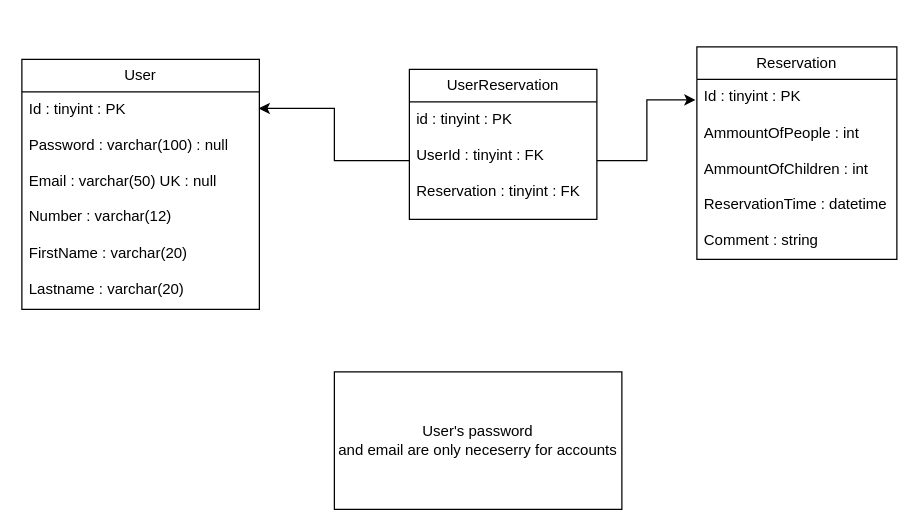
The draw.io diagram app/db/User-Reservations-DB.drawio in ThePope05/Rocambolesque, before the edit. Source tidied: cells renumbered, new cells numbered last; positions are measured from the earlier drawing's top-left corner, leaving out a move shared by most shapes. Both pictures are drawn from the tidied source at 125%, with x=0, y=0 at pixel (21, 46).
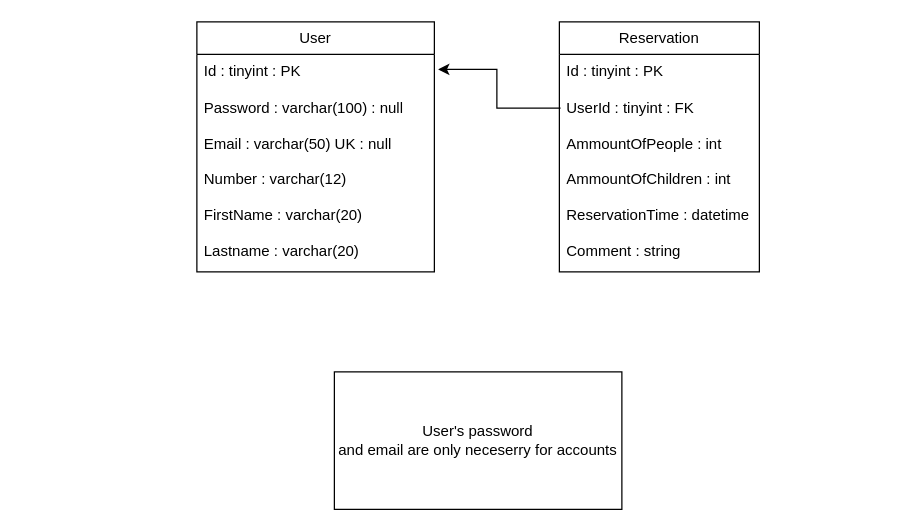
Above is the later version.

The edit, as a diff of the source:
```diff
@@
 <mxGraphModel>
   <root>
     <mxCell id="0" />
     <mxCell id="1" parent="0" />
     <mxCell id="2" value="User" style="swimlane;fontStyle=0;horizontal=1;startSize=26;fillColor=none;whiteSpace=wrap;html=1;" parent="1" vertex="1">
-      <mxGeometry y="10" width="190" height="200" as="geometry" />
+      <mxGeometry x="140" y="-20" width="190" height="200" as="geometry" />
     </mxCell>
     <mxCell id="3" value="Id : tinyint : PK&lt;br&gt;&lt;br&gt;Password : varchar(100) : null&lt;br&gt;&lt;br&gt;Email : varchar(50) UK : null&lt;br&gt;&lt;br&gt;Number : varchar(12)&lt;br&gt;&lt;br&gt;FirstName : varchar(20)&lt;br&gt;&lt;br&gt;Lastname : varchar(20)" style="text;strokeColor=none;fillColor=none;align=left;verticalAlign=top;spacingLeft=4;spacingRight=4;overflow=hidden;points=[[0,0.5],[1,0.5]];portConstraint=eastwest;whiteSpace=wrap;html=1;" parent="2" vertex="1">
       <mxGeometry y="26" width="190" height="174" as="geometry" />
     </mxCell>
     <mxCell id="4" value="Reservation" style="swimlane;fontStyle=0;horizontal=1;startSize=26;fillColor=none;whiteSpace=wrap;html=1;" parent="1" vertex="1">
-      <mxGeometry x="540" width="160" height="170" as="geometry" />
+      <mxGeometry x="430" y="-20" width="160" height="200" as="geometry" />
     </mxCell>
-    <mxCell id="5" value="Id : tinyint : PK&lt;br style=&quot;border-color: var(--border-color);&quot;&gt;&lt;br&gt;AmmountOfPeople : int&lt;br&gt;&lt;br&gt;AmmountOfChildren : int&lt;br&gt;&lt;br style=&quot;border-color: var(--border-color);&quot;&gt;ReservationTime : datetime&lt;br style=&quot;border-color: var(--border-color);&quot;&gt;&lt;br style=&quot;border-color: var(--border-color);&quot;&gt;Comment : string" style="text;strokeColor=none;fillColor=none;align=left;verticalAlign=top;spacingLeft=4;spacingRight=4;overflow=hidden;points=[[0,0.5],[1,0.5]];portConstraint=eastwest;whiteSpace=wrap;html=1;" parent="4" vertex="1">
-      <mxGeometry y="26" width="160" height="144" as="geometry" />
+    <mxCell id="5" value="Id : tinyint : PK&lt;br style=&quot;border-color: var(--border-color);&quot;&gt;&lt;br&gt;UserId : tinyint : FK&lt;br&gt;&lt;br&gt;AmmountOfPeople : int&lt;br&gt;&lt;br&gt;AmmountOfChildren : int&lt;br&gt;&lt;br style=&quot;border-color: var(--border-color);&quot;&gt;ReservationTime : datetime&lt;br style=&quot;border-color: var(--border-color);&quot;&gt;&lt;br style=&quot;border-color: var(--border-color);&quot;&gt;Comment : string" style="text;strokeColor=none;fillColor=none;align=left;verticalAlign=top;spacingLeft=4;spacingRight=4;overflow=hidden;points=[[0,0.5],[1,0.5]];portConstraint=eastwest;whiteSpace=wrap;html=1;" parent="4" vertex="1">
+      <mxGeometry y="26" width="160" height="174" as="geometry" />
     </mxCell>
-    <mxCell id="6" value="UserReservation" style="swimlane;fontStyle=0;horizontal=1;startSize=26;fillColor=none;whiteSpace=wrap;html=1;" parent="1" vertex="1">
-      <mxGeometry x="310" y="18" width="150" height="120" as="geometry" />
-    </mxCell>
-    <mxCell id="7" value="id : tinyint : PK&lt;br&gt;&lt;br&gt;UserId : tinyint : FK&lt;br&gt;&lt;br&gt;Reservation : tinyint : FK" style="text;strokeColor=none;fillColor=none;align=left;verticalAlign=top;spacingLeft=4;spacingRight=4;overflow=hidden;points=[[0,0.5],[1,0.5]];portConstraint=eastwest;whiteSpace=wrap;html=1;" parent="6" vertex="1">
-      <mxGeometry y="26" width="150" height="94" as="geometry" />
-    </mxCell>
-    <mxCell id="8" style="edgeStyle=orthogonalEdgeStyle;rounded=0;jettySize=auto;html=1;entryX=0.997;entryY=0.076;entryDx=0;entryDy=0;entryPerimeter=0;" parent="1" edge="1" source="7" target="3">
-      <mxGeometry relative="1" as="geometry" />
-    </mxCell>
-    <mxCell id="9" style="edgeStyle=orthogonalEdgeStyle;rounded=0;jettySize=auto;html=1;entryX=-0.007;entryY=0.114;entryDx=0;entryDy=0;entryPerimeter=0;" parent="1" edge="1" source="7" target="5">
-      <mxGeometry relative="1" as="geometry" />
-    </mxCell>
     <mxCell id="10" value="User's password&lt;br&gt;and email are only neceserry for accounts" style="whiteSpace=wrap;html=1;" parent="1" vertex="1">
       <mxGeometry x="250" y="260" width="230" height="110" as="geometry" />
     </mxCell>
+    <mxCell id="11" style="edgeStyle=orthogonalEdgeStyle;rounded=0;jettySize=auto;html=1;entryX=1.016;entryY=0.069;entryDx=0;entryDy=0;entryPerimeter=0;exitX=0.006;exitY=0.247;exitDx=0;exitDy=0;exitPerimeter=0;" parent="1" edge="1" source="5" target="3">
+      <mxGeometry relative="1" as="geometry" />
+    </mxCell>
   </root>
 </mxGraphModel>
```
